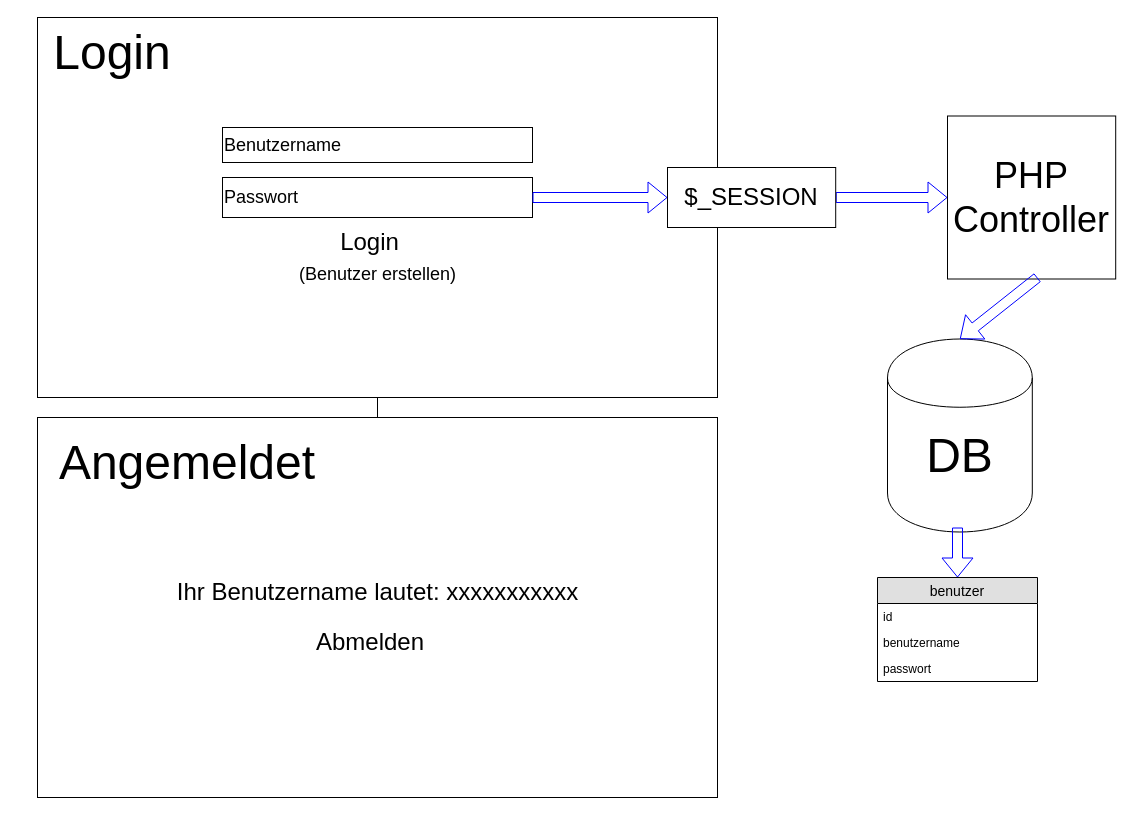
Earlier version of the draw.io diagram la3/LA3_Architektur.drawio (sandrolenz/M133-Webshop). Source tidied: cells renumbered, new cells numbered last; positions are measured from the earlier drawing's top-left corner, leaving out a move shared by most shapes. Both pictures are drawn from the tidied source at 100%, with x=0, y=0 at pixel (17, 17).
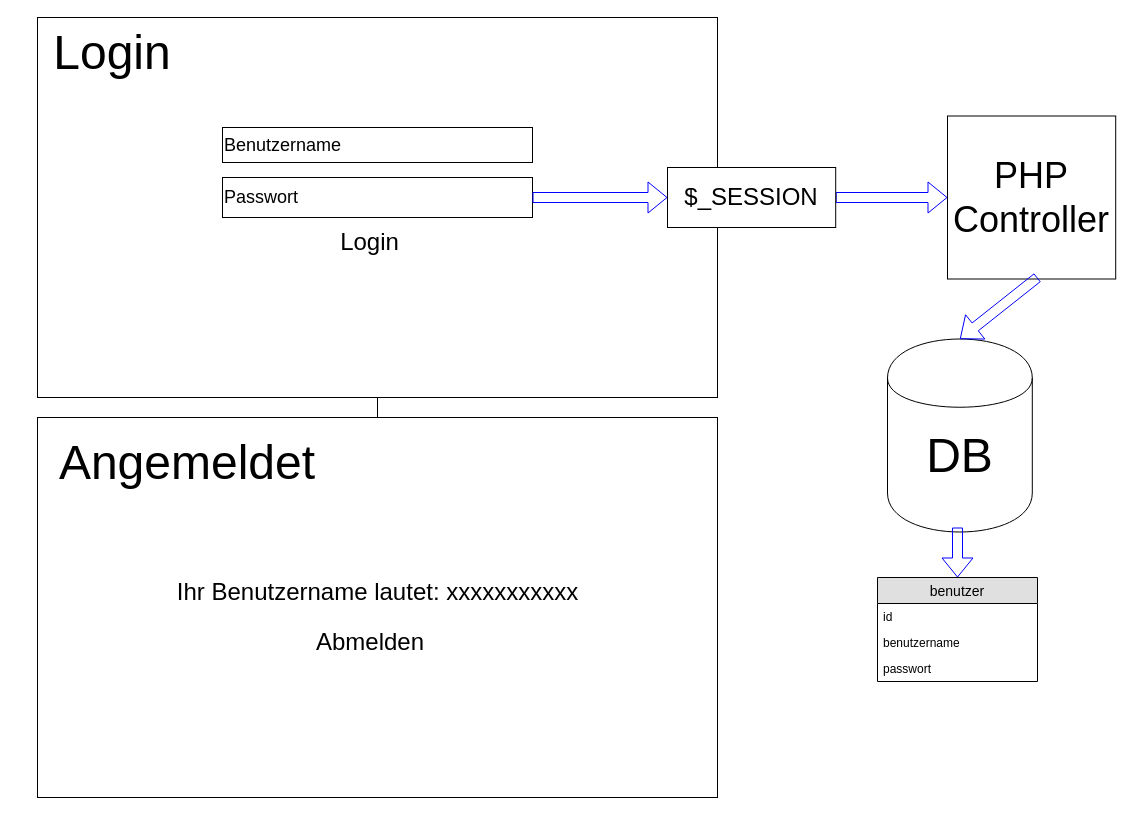
Above is the later version.

The edit, as a diff of the source:
```diff
@@
-    <mxCell id="17" value="&lt;font style=&quot;font-size: 18px&quot;&gt;(Benutzer erstellen)&lt;/font&gt;" style="text;html=1;strokeColor=none;fillColor=none;align=center;verticalAlign=middle;whiteSpace=wrap;rounded=0;" parent="1" vertex="1">
-      <mxGeometry x="243.8" y="242" width="232.5" height="29" as="geometry" />
-    </mxCell>
```
